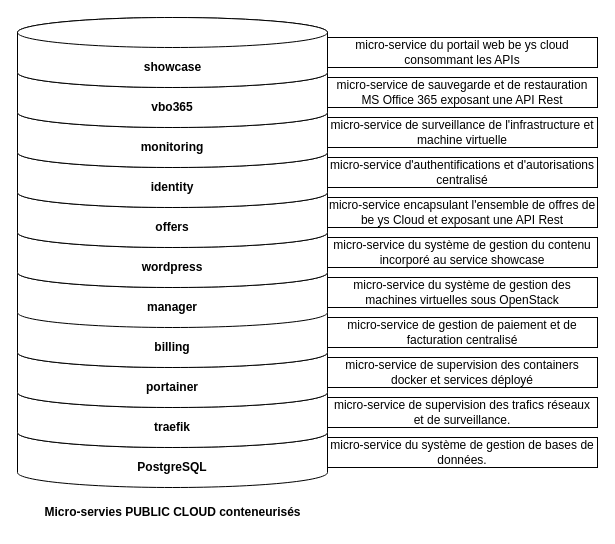
Earlier version of the draw.io diagram publicCloud.drawio (Safwanus/diagrams). Source tidied: cells renumbered, new cells numbered last; positions are measured from the earlier drawing's top-left corner, leaving out a move shared by most shapes. Both pictures are drawn from the tidied source at 100%, with x=0, y=0 at pixel (17, 17).
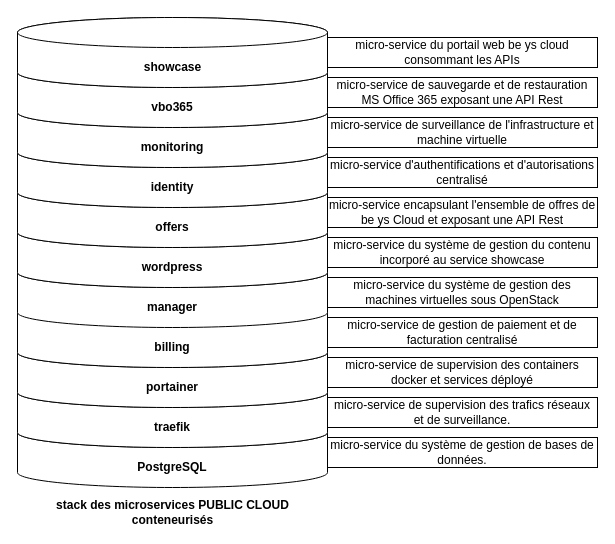
The same page after the edit.

The edit, as a diff of the source:
```diff
@@
-    <mxCell id="15" value="&lt;b&gt;Micro-servies&amp;nbsp;PUBLIC CLOUD conteneurisés&lt;/b&gt;" style="text;html=1;strokeColor=none;fillColor=none;align=center;verticalAlign=middle;whiteSpace=wrap;rounded=0;" parent="1" vertex="1">
+    <mxCell id="15" value="&lt;b&gt;stack des microservices&amp;nbsp;PUBLIC CLOUD conteneurisés&lt;/b&gt;" style="text;html=1;strokeColor=none;fillColor=none;align=center;verticalAlign=middle;whiteSpace=wrap;rounded=0;" parent="1" vertex="1">
       <mxGeometry x="17.5" y="485" width="275" height="20" as="geometry" />
     </mxCell>
```
